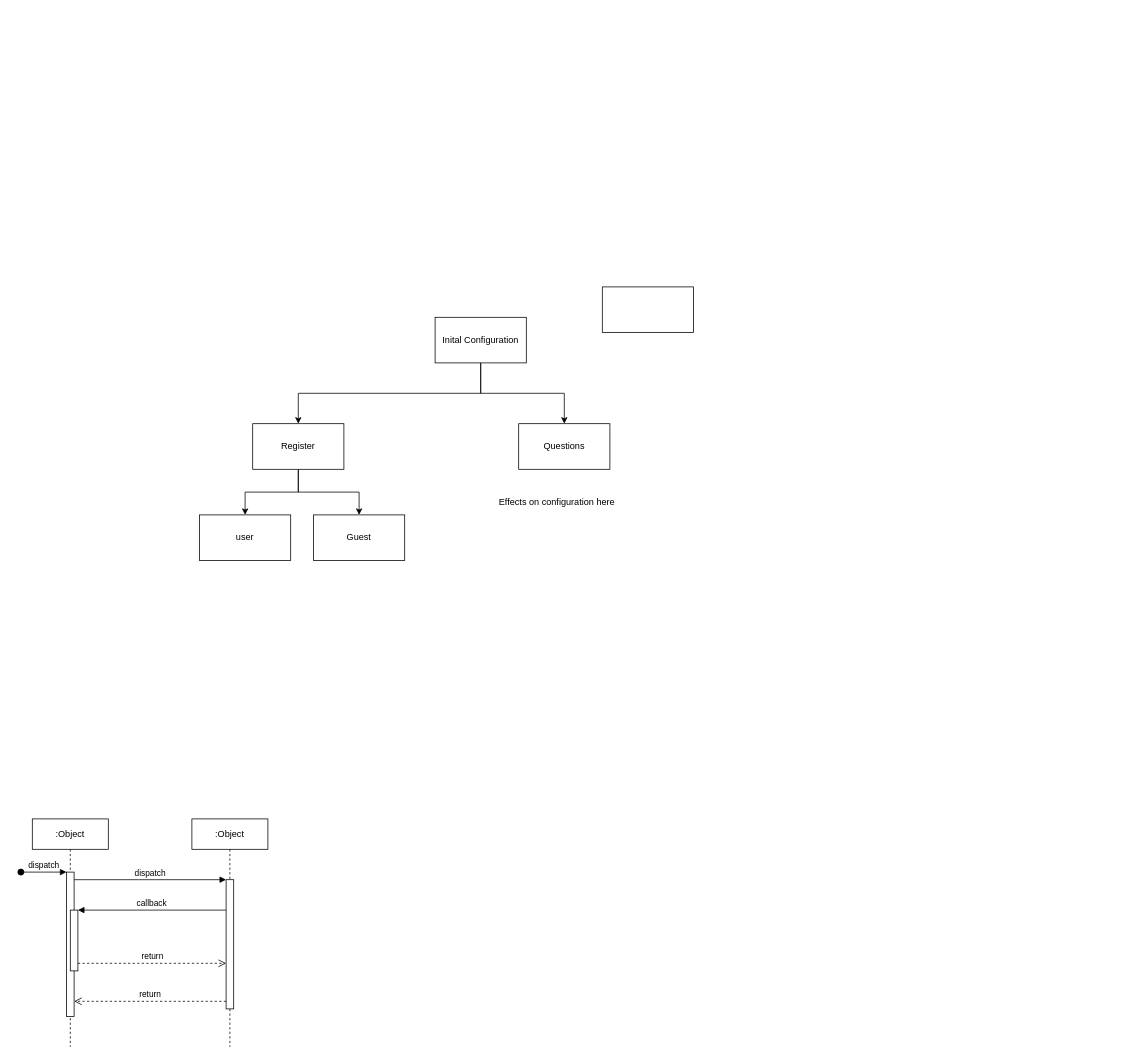
Above: finantial_app_flow.drawio in matth3wwar/trabajos_u (draw.io), before the change. Source tidied: cells renumbered, new cells numbered last; positions are measured from the earlier drawing's top-left corner, leaving out a move shared by most shapes. Both pictures are drawn from the tidied source at 76%, with x=0, y=0 at pixel (21, 287).
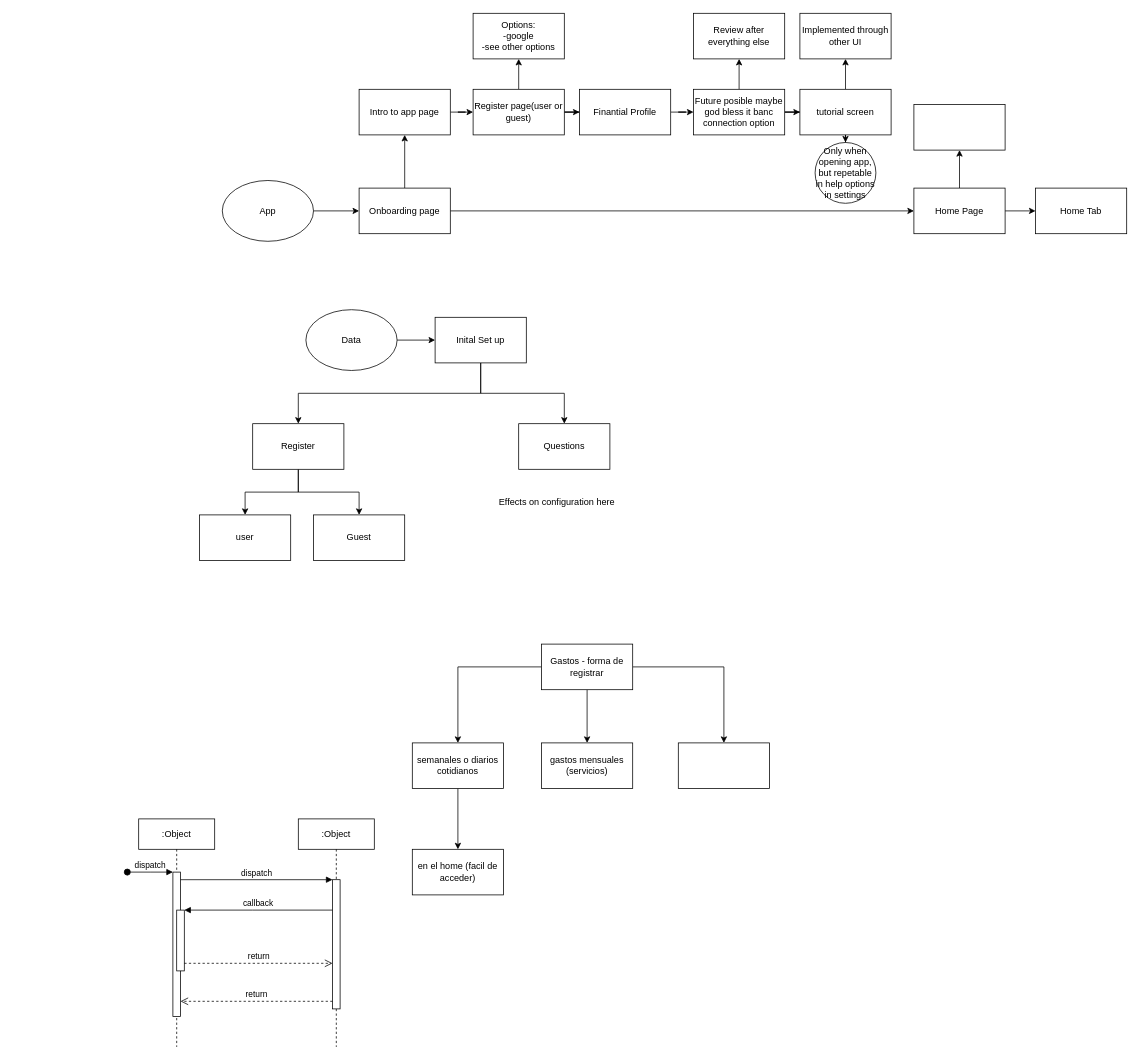
The same diagram, later.

Unchanged cells that the change refers to:
```xml
<mxCell id="3" style="html=1;points=[];perimeter=orthogonalPerimeter;outlineConnect=0;targetShapes=umlLifeline;portConstraint=eastwest;newEdgeStyle={&quot;edgeStyle&quot;:&quot;elbowEdgeStyle&quot;,&quot;elbow&quot;:&quot;vertical&quot;,&quot;curved&quot;:0,&quot;rounded&quot;:0};" parent="2" vertex="1">
  <mxGeometry x="45" y="70" width="10" height="190" as="geometry" />
</mxCell>
<mxCell id="5" style="html=1;points=[];perimeter=orthogonalPerimeter;outlineConnect=0;targetShapes=umlLifeline;portConstraint=eastwest;newEdgeStyle={&quot;edgeStyle&quot;:&quot;elbowEdgeStyle&quot;,&quot;elbow&quot;:&quot;vertical&quot;,&quot;curved&quot;:0,&quot;rounded&quot;:0};" parent="2" vertex="1">
  <mxGeometry x="50" y="120" width="10" height="80" as="geometry" />
</mxCell>
<mxCell id="7" style="html=1;points=[];perimeter=orthogonalPerimeter;outlineConnect=0;targetShapes=umlLifeline;portConstraint=eastwest;newEdgeStyle={&quot;edgeStyle&quot;:&quot;elbowEdgeStyle&quot;,&quot;elbow&quot;:&quot;vertical&quot;,&quot;curved&quot;:0,&quot;rounded&quot;:0};" parent="6" vertex="1">
  <mxGeometry x="45" y="80" width="10" height="170" as="geometry" />
</mxCell>
```

Diff of the diagram source:
```diff
@@
     <mxCell id="2" value=":Object" style="shape=umlLifeline;perimeter=lifelinePerimeter;whiteSpace=wrap;html=1;newEdgeStyle={&quot;edgeStyle&quot;:&quot;elbowEdgeStyle&quot;,&quot;elbow&quot;:&quot;vertical&quot;,&quot;curved&quot;:0,&quot;rounded&quot;:0};" parent="1" vertex="1">
-      <mxGeometry x="15" y="700" width="100" height="300" as="geometry" />
+      <mxGeometry x="155" y="700" width="100" height="300" as="geometry" />
     </mxCell>
@@
     <mxCell id="6" value=":Object" style="shape=umlLifeline;perimeter=lifelinePerimeter;whiteSpace=wrap;html=1;newEdgeStyle={&quot;edgeStyle&quot;:&quot;elbowEdgeStyle&quot;,&quot;elbow&quot;:&quot;vertical&quot;,&quot;curved&quot;:0,&quot;rounded&quot;:0};" parent="1" vertex="1">
-      <mxGeometry x="225" y="700" width="100" height="300" as="geometry" />
+      <mxGeometry x="365" y="700" width="100" height="300" as="geometry" />
     </mxCell>
@@
     <mxCell id="8" value="dispatch" style="html=1;verticalAlign=bottom;endArrow=block;edgeStyle=elbowEdgeStyle;elbow=vertical;curved=0;rounded=0;" parent="1" edge="1" source="3" target="7">
       <mxGeometry relative="1" as="geometry">
         <Array as="points">
-          <mxPoint x="155" y="780" />
+          <mxPoint x="295" y="780" />
         </Array>
       </mxGeometry>
     </mxCell>
     <mxCell id="9" value="return" style="html=1;verticalAlign=bottom;endArrow=open;dashed=1;endSize=8;edgeStyle=elbowEdgeStyle;elbow=vertical;curved=0;rounded=0;" parent="1" edge="1" source="7" target="3">
       <mxGeometry relative="1" as="geometry">
         <Array as="points">
-          <mxPoint x="165" y="940" />
+          <mxPoint x="305" y="940" />
         </Array>
       </mxGeometry>
     </mxCell>
     <mxCell id="10" value="callback" style="html=1;verticalAlign=bottom;endArrow=block;edgeStyle=elbowEdgeStyle;elbow=vertical;curved=0;rounded=0;" parent="1" edge="1" source="7" target="5">
       <mxGeometry relative="1" as="geometry">
         <Array as="points">
-          <mxPoint x="165" y="820" />
+          <mxPoint x="305" y="820" />
         </Array>
       </mxGeometry>
     </mxCell>
     <mxCell id="11" value="return" style="html=1;verticalAlign=bottom;endArrow=open;dashed=1;endSize=8;edgeStyle=elbowEdgeStyle;elbow=vertical;curved=0;rounded=0;" parent="1" edge="1" source="5" target="7">
       <mxGeometry relative="1" as="geometry">
         <Array as="points">
-          <mxPoint x="155" y="890" />
+          <mxPoint x="295" y="890" />
         </Array>
       </mxGeometry>
     </mxCell>
@@
-    <mxCell id="14" value="Inital Configuration" style="rounded=0;whiteSpace=wrap;html=1;" parent="1" vertex="1">
+    <mxCell id="14" value="Inital Set up" style="rounded=0;whiteSpace=wrap;html=1;" parent="1" vertex="1">
       <mxGeometry x="545" y="40" width="120" height="60" as="geometry" />
     </mxCell>
+    <mxCell id="23" style="edgeStyle=orthogonalEdgeStyle;rounded=0;jettySize=auto;html=1;" parent="1" edge="1" source="15" target="27">
+      <mxGeometry relative="1" as="geometry" />
+    </mxCell>
+    <mxCell id="24" style="edgeStyle=orthogonalEdgeStyle;rounded=0;jettySize=auto;html=1;" parent="1" edge="1" source="15" target="28">
+      <mxGeometry relative="1" as="geometry" />
+    </mxCell>
+    <mxCell id="25" style="edgeStyle=orthogonalEdgeStyle;rounded=0;jettySize=auto;html=1;entryX=0.5;entryY=0;entryDx=0;entryDy=0;" parent="1" edge="1" source="15" target="29">
+      <mxGeometry relative="1" as="geometry" />
+    </mxCell>
-    <mxCell id="15" style="rounded=0;whiteSpace=wrap;html=1;" parent="1" vertex="1">
-      <mxGeometry x="765" width="120" height="60" as="geometry" />
+    <mxCell id="15" value="Gastos - forma de registrar" style="rounded=0;whiteSpace=wrap;html=1;" parent="1" vertex="1">
+      <mxGeometry x="685" y="470" width="120" height="60" as="geometry" />
     </mxCell>
@@
+    <mxCell id="26" style="edgeStyle=orthogonalEdgeStyle;rounded=0;jettySize=auto;html=1;" parent="1" edge="1" source="27" target="30">
+      <mxGeometry relative="1" as="geometry" />
+    </mxCell>
+    <mxCell id="27" value="semanales o diarios cotidianos" style="whiteSpace=wrap;html=1;rounded=0;" parent="1" vertex="1">
+      <mxGeometry x="515" y="600" width="120" height="60" as="geometry" />
+    </mxCell>
+    <mxCell id="28" value="gastos mensuales (servicios)" style="whiteSpace=wrap;html=1;rounded=0;" parent="1" vertex="1">
+      <mxGeometry x="685" y="600" width="120" height="60" as="geometry" />
+    </mxCell>
+    <mxCell id="29" style="whiteSpace=wrap;html=1;rounded=0;" parent="1" vertex="1">
+      <mxGeometry x="865" y="600" width="120" height="60" as="geometry" />
+    </mxCell>
+    <mxCell id="30" value="en el home (facil de acceder)" style="whiteSpace=wrap;html=1;rounded=0;" parent="1" vertex="1">
+      <mxGeometry x="515" y="740" width="120" height="60" as="geometry" />
+    </mxCell>
+    <mxCell id="31" style="edgeStyle=orthogonalEdgeStyle;rounded=0;jettySize=auto;html=1;" parent="1" edge="1" source="33" target="34">
+      <mxGeometry relative="1" as="geometry" />
+    </mxCell>
+    <mxCell id="32" style="edgeStyle=orthogonalEdgeStyle;rounded=0;jettySize=auto;html=1;" parent="1" edge="1" source="33" target="35">
+      <mxGeometry relative="1" as="geometry" />
+    </mxCell>
+    <mxCell id="33" value="Home Page" style="rounded=0;whiteSpace=wrap;html=1;" parent="1" vertex="1">
+      <mxGeometry x="1175" y="-130" width="120" height="60" as="geometry" />
+    </mxCell>
+    <mxCell id="34" style="whiteSpace=wrap;html=1;rounded=0;" parent="1" vertex="1">
+      <mxGeometry x="1175" y="-240" width="120" height="60" as="geometry" />
+    </mxCell>
+    <mxCell id="35" value="Home Tab" style="whiteSpace=wrap;html=1;rounded=0;" parent="1" vertex="1">
+      <mxGeometry x="1335" y="-130" width="120" height="60" as="geometry" />
+    </mxCell>
+    <mxCell id="36" style="edgeStyle=orthogonalEdgeStyle;rounded=0;jettySize=auto;html=1;entryX=0;entryY=0.5;entryDx=0;entryDy=0;" parent="1" edge="1" source="38" target="33">
+      <mxGeometry relative="1" as="geometry" />
+    </mxCell>
+    <mxCell id="37" style="edgeStyle=orthogonalEdgeStyle;rounded=0;jettySize=auto;html=1;entryX=0.5;entryY=1;entryDx=0;entryDy=0;" parent="1" edge="1" source="38" target="49">
+      <mxGeometry relative="1" as="geometry" />
+    </mxCell>
+    <mxCell id="38" value="Onboarding page" style="rounded=0;whiteSpace=wrap;html=1;" parent="1" vertex="1">
+      <mxGeometry x="445" y="-130" width="120" height="60" as="geometry" />
+    </mxCell>
+    <mxCell id="39" style="edgeStyle=orthogonalEdgeStyle;rounded=0;jettySize=auto;html=1;" parent="1" edge="1" source="41" target="42">
+      <mxGeometry relative="1" as="geometry" />
+    </mxCell>
+    <mxCell id="40" style="edgeStyle=orthogonalEdgeStyle;rounded=0;jettySize=auto;html=1;entryX=0;entryY=0.5;entryDx=0;entryDy=0;" parent="1" edge="1" source="41" target="44">
+      <mxGeometry relative="1" as="geometry" />
+    </mxCell>
+    <mxCell id="41" value="Register page(user or guest)" style="whiteSpace=wrap;html=1;rounded=0;" parent="1" vertex="1">
+      <mxGeometry x="595" y="-260" width="120" height="60" as="geometry" />
+    </mxCell>
+    <mxCell id="42" value="Options:&lt;div&gt;-google&lt;/div&gt;&lt;div&gt;-see other options&lt;/div&gt;" style="whiteSpace=wrap;html=1;rounded=0;" parent="1" vertex="1">
+      <mxGeometry x="595" y="-360" width="120" height="60" as="geometry" />
+    </mxCell>
+    <mxCell id="43" style="edgeStyle=orthogonalEdgeStyle;rounded=0;jettySize=auto;html=1;entryX=0;entryY=0.5;entryDx=0;entryDy=0;" parent="1" edge="1" source="44" target="47">
+      <mxGeometry relative="1" as="geometry" />
+    </mxCell>
+    <mxCell id="44" value="Finantial Profile" style="whiteSpace=wrap;html=1;rounded=0;" parent="1" vertex="1">
+      <mxGeometry x="735" y="-260" width="120" height="60" as="geometry" />
+    </mxCell>
+    <mxCell id="45" style="edgeStyle=orthogonalEdgeStyle;rounded=0;jettySize=auto;html=1;" parent="1" edge="1" source="47" target="54">
+      <mxGeometry relative="1" as="geometry" />
+    </mxCell>
+    <mxCell id="46" style="edgeStyle=orthogonalEdgeStyle;rounded=0;jettySize=auto;html=1;" parent="1" edge="1" source="47" target="57">
+      <mxGeometry relative="1" as="geometry" />
+    </mxCell>
+    <mxCell id="47" value="Future posible maybe god bless it banc connection option" style="whiteSpace=wrap;html=1;rounded=0;" parent="1" vertex="1">
+      <mxGeometry x="885" y="-260" width="120" height="60" as="geometry" />
+    </mxCell>
+    <mxCell id="48" style="edgeStyle=orthogonalEdgeStyle;rounded=0;jettySize=auto;html=1;entryX=0;entryY=0.5;entryDx=0;entryDy=0;" parent="1" edge="1" source="49" target="41">
+      <mxGeometry relative="1" as="geometry" />
+    </mxCell>
+    <mxCell id="49" value="Intro to app page" style="whiteSpace=wrap;html=1;rounded=0;" parent="1" vertex="1">
+      <mxGeometry x="445" y="-260" width="120" height="60" as="geometry" />
+    </mxCell>
+    <mxCell id="50" style="edgeStyle=orthogonalEdgeStyle;rounded=0;jettySize=auto;html=1;entryX=0;entryY=0.5;entryDx=0;entryDy=0;" parent="1" edge="1" source="51" target="38">
+      <mxGeometry relative="1" as="geometry" />
+    </mxCell>
+    <mxCell id="51" value="App" style="ellipse;whiteSpace=wrap;html=1;" parent="1" vertex="1">
+      <mxGeometry x="265" y="-140" width="120" height="80" as="geometry" />
+    </mxCell>
+    <mxCell id="52" style="edgeStyle=orthogonalEdgeStyle;rounded=0;jettySize=auto;html=1;entryX=0;entryY=0.5;entryDx=0;entryDy=0;" parent="1" edge="1" source="53" target="14">
+      <mxGeometry relative="1" as="geometry" />
+    </mxCell>
+    <mxCell id="53" value="Data" style="ellipse;whiteSpace=wrap;html=1;" parent="1" vertex="1">
+      <mxGeometry x="375" y="30" width="120" height="80" as="geometry" />
+    </mxCell>
+    <mxCell id="54" value="Review after everything else" style="whiteSpace=wrap;html=1;rounded=0;" parent="1" vertex="1">
+      <mxGeometry x="885" y="-360" width="120" height="60" as="geometry" />
+    </mxCell>
+    <mxCell id="55" style="edgeStyle=orthogonalEdgeStyle;rounded=0;jettySize=auto;html=1;" parent="1" edge="1" source="57" target="58">
+      <mxGeometry relative="1" as="geometry" />
+    </mxCell>
+    <mxCell id="56" style="edgeStyle=orthogonalEdgeStyle;rounded=0;jettySize=auto;html=1;" parent="1" edge="1" source="57" target="59">
+      <mxGeometry relative="1" as="geometry" />
+    </mxCell>
+    <mxCell id="57" value="tutorial screen" style="whiteSpace=wrap;html=1;rounded=0;" parent="1" vertex="1">
+      <mxGeometry x="1025" y="-260" width="120" height="60" as="geometry" />
+    </mxCell>
+    <mxCell id="58" value="Implemented through other UI" style="whiteSpace=wrap;html=1;rounded=0;" parent="1" vertex="1">
+      <mxGeometry x="1025" y="-360" width="120" height="60" as="geometry" />
+    </mxCell>
+    <mxCell id="59" value="Only when opening app, but repetable in help options in settings" style="ellipse;whiteSpace=wrap;html=1;rounded=0;" parent="1" vertex="1">
+      <mxGeometry x="1045" y="-190" width="80" height="80" as="geometry" />
+    </mxCell>
```
